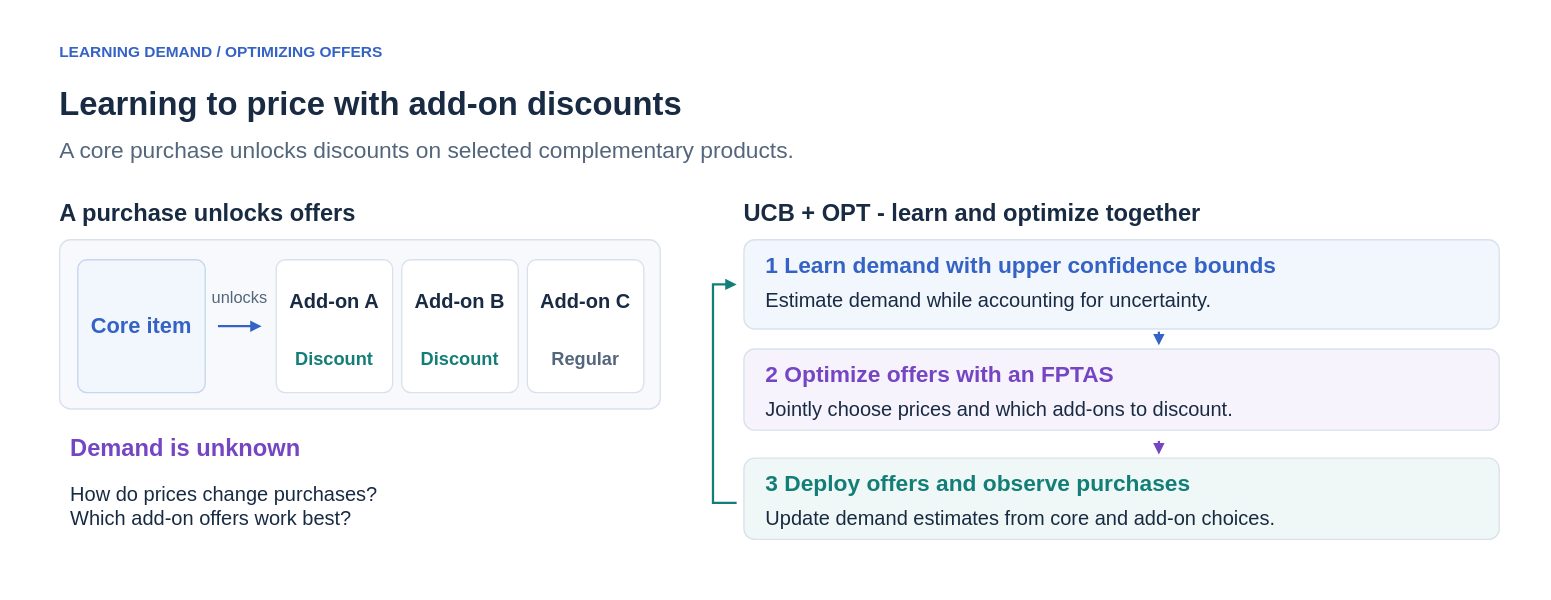
Above: diagrams/research/add-on-wide.drawio in ruisun33/ruisun33.github.io (draw.io), before the change. Source tidied: cells renumbered, new cells numbered last; positions are measured from the earlier drawing's top-left corner, leaving out a move shared by most shapes. Both pictures are drawn from the tidied source at 91%, with x=0, y=0 at pixel (15, 15).
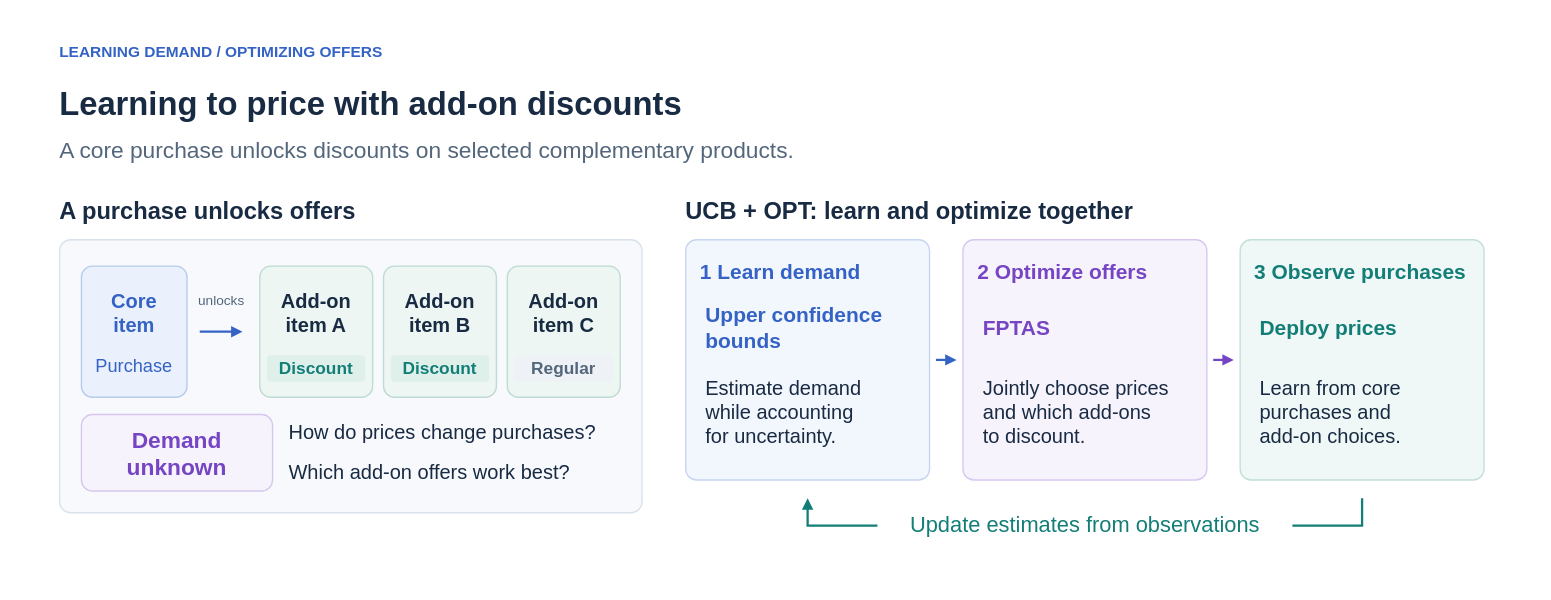
Above is the later version.

What changed in the source:
```diff
@@
     <mxCell id="5" value="A core purchase unlocks discounts on selected complementary products." style="text;html=0;whiteSpace=wrap;overflow=hidden;align=left;verticalAlign=middle;spacing=0;fontFamily=Arial;fontSize=25;fontColor=#53667B;fontStyle=0;strokeColor=none;fillColor=none;" parent="1" vertex="1">
-      <mxGeometry x="48" y="131" width="1582" height="32" as="geometry" />
+      <mxGeometry x="48" y="130.5" width="1582" height="33" as="geometry" />
     </mxCell>
-    <mxCell id="6" style="rounded=1;absoluteArcSize=1;arcSize=24;whiteSpace=wrap;html=0;fillColor=#F7F9FC;strokeColor=#D9E2EC;strokeWidth=1.5;dashed=0;" parent="1" vertex="1">
-      <mxGeometry x="48" y="246" width="660" height="186" as="geometry" />
-    </mxCell>
     <mxCell id="7" value="A purchase unlocks offers" style="text;html=0;whiteSpace=wrap;overflow=hidden;align=left;verticalAlign=middle;spacing=0;fontFamily=Arial;fontSize=26;fontColor=#182B43;fontStyle=1;strokeColor=none;fillColor=none;" parent="1" vertex="1">
-      <mxGeometry x="48" y="200" width="660" height="34" as="geometry" />
+      <mxGeometry x="48" y="196" width="640" height="38" as="geometry" />
     </mxCell>
-    <mxCell id="8" style="rounded=1;absoluteArcSize=1;arcSize=20;whiteSpace=wrap;html=0;fillColor=#F2F6FD;strokeColor=#C6D5F0;strokeWidth=1.5;dashed=0;" parent="1" vertex="1">
-      <mxGeometry x="68" y="268" width="140" height="146" as="geometry" />
-    </mxCell>
+    <mxCell id="36" value="UCB + OPT: learn and optimize together" style="text;html=0;whiteSpace=wrap;overflow=hidden;align=left;verticalAlign=middle;spacing=0;fontFamily=Arial;fontSize=26;fontColor=#182B43;fontStyle=1;strokeColor=none;fillColor=none;" parent="1" vertex="1">
+      <mxGeometry x="736" y="196" width="886" height="38" as="geometry" />
+    </mxCell>
+    <mxCell id="37" style="rounded=1;absoluteArcSize=1;arcSize=24;whiteSpace=wrap;html=0;fillColor=#F7F9FC;strokeColor=#D9E2EC;strokeWidth=1.5;" parent="1" vertex="1">
+      <mxGeometry x="48" y="246" width="640" height="300" as="geometry" />
+    </mxCell>
+    <mxCell id="38" style="rounded=1;absoluteArcSize=1;arcSize=24;whiteSpace=wrap;html=0;fillColor=#EAF1FC;strokeColor=#B7CBEC;strokeWidth=1.5;" parent="1" vertex="1">
+      <mxGeometry x="72" y="275" width="116" height="144" as="geometry" />
+    </mxCell>
-    <mxCell id="9" value="Core item" style="text;html=0;whiteSpace=wrap;overflow=hidden;align=center;verticalAlign=middle;spacing=0;fontFamily=Arial;fontSize=24;fontColor=#3563C5;fontStyle=1;strokeColor=none;fillColor=none;" parent="1" vertex="1">
-      <mxGeometry x="68" y="268" width="140" height="146" as="geometry" />
+    <mxCell id="9" value="Core&#10;item" style="text;html=0;whiteSpace=wrap;overflow=hidden;align=center;verticalAlign=middle;spacing=0;fontFamily=Arial;fontSize=22;fontColor=#3563C5;fontStyle=1;strokeColor=none;fillColor=none;" parent="1" vertex="1">
+      <mxGeometry x="72" y="294" width="116" height="66" as="geometry" />
     </mxCell>
-    <mxCell id="10" style="edgeStyle=none;rounded=0;html=0;endArrow=block;endFill=1;strokeColor=#3563C5;strokeWidth=2.5;dashed=0;" parent="1" edge="1">
-      <mxGeometry relative="1" as="geometry">
-        <mxPoint x="222" y="341" as="sourcePoint" />
-        <mxPoint x="270" y="341" as="targetPoint" />
-      </mxGeometry>
-    </mxCell>
+    <mxCell id="39" value="Purchase" style="text;html=0;whiteSpace=wrap;overflow=hidden;align=center;verticalAlign=middle;spacing=0;fontFamily=Arial;fontSize=20;fontColor=#3563C5;fontStyle=0;strokeColor=none;fillColor=none;" parent="1" vertex="1">
+      <mxGeometry x="72" y="369" width="116" height="29" as="geometry" />
+    </mxCell>
+    <mxCell id="40" style="edgeStyle=none;rounded=0;html=0;endArrow=block;endFill=1;strokeColor=#3563C5;strokeWidth=2.5;" parent="1" edge="1">
+      <mxGeometry relative="1" as="geometry">
+        <mxPoint x="202" y="347" as="sourcePoint" />
+        <mxPoint x="249" y="347" as="targetPoint" />
+      </mxGeometry>
+    </mxCell>
-    <mxCell id="11" value="unlocks" style="text;html=0;whiteSpace=wrap;overflow=hidden;align=center;verticalAlign=middle;spacing=0;fontFamily=Arial;fontSize=18;fontColor=#53667B;fontStyle=0;strokeColor=none;fillColor=none;" parent="1" vertex="1">
-      <mxGeometry x="211" y="297" width="70" height="26" as="geometry" />
+    <mxCell id="11" value="unlocks" style="text;html=0;whiteSpace=wrap;overflow=hidden;align=center;verticalAlign=middle;spacing=0;fontFamily=Arial;fontSize=15;fontColor=#53667B;fontStyle=0;strokeColor=none;fillColor=none;" parent="1" vertex="1">
+      <mxGeometry x="198" y="300" width="56" height="24" as="geometry" />
     </mxCell>
-    <mxCell id="12" style="rounded=1;absoluteArcSize=1;arcSize=20;whiteSpace=wrap;html=0;fillColor=#FFFFFF;strokeColor=#D9E2EC;strokeWidth=1.5;dashed=0;" parent="1" vertex="1">
-      <mxGeometry x="286" y="268" width="128" height="146" as="geometry" />
-    </mxCell>
-    <mxCell id="13" value="Add-on A" style="text;html=0;whiteSpace=wrap;overflow=hidden;align=center;verticalAlign=middle;spacing=0;fontFamily=Arial;fontSize=22;fontColor=#182B43;fontStyle=1;strokeColor=none;fillColor=none;" parent="1" vertex="1">
-      <mxGeometry x="286" y="297" width="128" height="33" as="geometry" />
-    </mxCell>
-    <mxCell id="14" value="Discount" style="text;html=0;whiteSpace=wrap;overflow=hidden;align=center;verticalAlign=middle;spacing=0;fontFamily=Arial;fontSize=20;fontColor=#137E77;fontStyle=1;strokeColor=none;fillColor=none;" parent="1" vertex="1">
-      <mxGeometry x="286" y="361" width="128" height="30" as="geometry" />
-    </mxCell>
-    <mxCell id="15" style="rounded=1;absoluteArcSize=1;arcSize=20;whiteSpace=wrap;html=0;fillColor=#FFFFFF;strokeColor=#D9E2EC;strokeWidth=1.5;dashed=0;" parent="1" vertex="1">
-      <mxGeometry x="424" y="268" width="128" height="146" as="geometry" />
-    </mxCell>
-    <mxCell id="16" value="Add-on B" style="text;html=0;whiteSpace=wrap;overflow=hidden;align=center;verticalAlign=middle;spacing=0;fontFamily=Arial;fontSize=22;fontColor=#182B43;fontStyle=1;strokeColor=none;fillColor=none;" parent="1" vertex="1">
-      <mxGeometry x="424" y="297" width="128" height="33" as="geometry" />
-    </mxCell>
-    <mxCell id="17" value="Discount" style="text;html=0;whiteSpace=wrap;overflow=hidden;align=center;verticalAlign=middle;spacing=0;fontFamily=Arial;fontSize=20;fontColor=#137E77;fontStyle=1;strokeColor=none;fillColor=none;" parent="1" vertex="1">
-      <mxGeometry x="424" y="361" width="128" height="30" as="geometry" />
-    </mxCell>
-    <mxCell id="18" style="rounded=1;absoluteArcSize=1;arcSize=20;whiteSpace=wrap;html=0;fillColor=#FFFFFF;strokeColor=#D9E2EC;strokeWidth=1.5;dashed=0;" parent="1" vertex="1">
-      <mxGeometry x="562" y="268" width="128" height="146" as="geometry" />
-    </mxCell>
-    <mxCell id="19" value="Add-on C" style="text;html=0;whiteSpace=wrap;overflow=hidden;align=center;verticalAlign=middle;spacing=0;fontFamily=Arial;fontSize=22;fontColor=#182B43;fontStyle=1;strokeColor=none;fillColor=none;" parent="1" vertex="1">
-      <mxGeometry x="562" y="297" width="128" height="33" as="geometry" />
-    </mxCell>
+    <mxCell id="41" style="rounded=1;absoluteArcSize=1;arcSize=24;whiteSpace=wrap;html=0;fillColor=#EDF6F3;strokeColor=#C0DBD2;strokeWidth=1.5;" parent="1" vertex="1">
+      <mxGeometry x="268" y="275" width="124" height="144" as="geometry" />
+    </mxCell>
+    <mxCell id="42" value="Add-on&#10;item A" style="text;html=0;whiteSpace=wrap;overflow=hidden;align=center;verticalAlign=middle;spacing=0;fontFamily=Arial;fontSize=22;fontColor=#182B43;fontStyle=1;strokeColor=none;fillColor=none;" parent="1" vertex="1">
+      <mxGeometry x="268" y="294" width="124" height="66" as="geometry" />
+    </mxCell>
+    <mxCell id="43" style="rounded=1;absoluteArcSize=1;arcSize=8;whiteSpace=wrap;html=0;fillColor=#DFF0EB;strokeColor=none;strokeWidth=1.5;" parent="1" vertex="1">
+      <mxGeometry x="276" y="373" width="108" height="29" as="geometry" />
+    </mxCell>
+    <mxCell id="44" value="Discount" style="text;html=0;whiteSpace=wrap;overflow=hidden;align=center;verticalAlign=middle;spacing=0;fontFamily=Arial;fontSize=19;fontColor=#137E77;fontStyle=1;strokeColor=none;fillColor=none;" parent="1" vertex="1">
+      <mxGeometry x="276" y="373" width="108" height="29" as="geometry" />
+    </mxCell>
+    <mxCell id="45" style="rounded=1;absoluteArcSize=1;arcSize=24;whiteSpace=wrap;html=0;fillColor=#EDF6F3;strokeColor=#C0DBD2;strokeWidth=1.5;" parent="1" vertex="1">
+      <mxGeometry x="404" y="275" width="124" height="144" as="geometry" />
+    </mxCell>
+    <mxCell id="46" value="Add-on&#10;item B" style="text;html=0;whiteSpace=wrap;overflow=hidden;align=center;verticalAlign=middle;spacing=0;fontFamily=Arial;fontSize=22;fontColor=#182B43;fontStyle=1;strokeColor=none;fillColor=none;" parent="1" vertex="1">
+      <mxGeometry x="404" y="294" width="124" height="66" as="geometry" />
+    </mxCell>
+    <mxCell id="47" style="rounded=1;absoluteArcSize=1;arcSize=8;whiteSpace=wrap;html=0;fillColor=#DFF0EB;strokeColor=none;strokeWidth=1.5;" parent="1" vertex="1">
+      <mxGeometry x="412" y="373" width="108" height="29" as="geometry" />
+    </mxCell>
+    <mxCell id="48" value="Discount" style="text;html=0;whiteSpace=wrap;overflow=hidden;align=center;verticalAlign=middle;spacing=0;fontFamily=Arial;fontSize=19;fontColor=#137E77;fontStyle=1;strokeColor=none;fillColor=none;" parent="1" vertex="1">
+      <mxGeometry x="412" y="373" width="108" height="29" as="geometry" />
+    </mxCell>
+    <mxCell id="49" style="rounded=1;absoluteArcSize=1;arcSize=24;whiteSpace=wrap;html=0;fillColor=#EDF6F3;strokeColor=#C0DBD2;strokeWidth=1.5;" parent="1" vertex="1">
+      <mxGeometry x="540" y="275" width="124" height="144" as="geometry" />
+    </mxCell>
+    <mxCell id="50" value="Add-on&#10;item C" style="text;html=0;whiteSpace=wrap;overflow=hidden;align=center;verticalAlign=middle;spacing=0;fontFamily=Arial;fontSize=22;fontColor=#182B43;fontStyle=1;strokeColor=none;fillColor=none;" parent="1" vertex="1">
+      <mxGeometry x="540" y="294" width="124" height="66" as="geometry" />
+    </mxCell>
+    <mxCell id="51" style="rounded=1;absoluteArcSize=1;arcSize=8;whiteSpace=wrap;html=0;fillColor=#EEF1F5;strokeColor=none;strokeWidth=1.5;" parent="1" vertex="1">
+      <mxGeometry x="548" y="373" width="108" height="29" as="geometry" />
+    </mxCell>
-    <mxCell id="20" value="Regular" style="text;html=0;whiteSpace=wrap;overflow=hidden;align=center;verticalAlign=middle;spacing=0;fontFamily=Arial;fontSize=20;fontColor=#53667B;fontStyle=1;strokeColor=none;fillColor=none;" parent="1" vertex="1">
-      <mxGeometry x="562" y="361" width="128" height="30" as="geometry" />
+    <mxCell id="20" value="Regular" style="text;html=0;whiteSpace=wrap;overflow=hidden;align=center;verticalAlign=middle;spacing=0;fontFamily=Arial;fontSize=19;fontColor=#53667B;fontStyle=1;strokeColor=none;fillColor=none;" parent="1" vertex="1">
+      <mxGeometry x="548" y="373" width="108" height="29" as="geometry" />
     </mxCell>
-    <mxCell id="21" value="UCB + OPT - learn and optimize together" style="text;html=0;whiteSpace=wrap;overflow=hidden;align=left;verticalAlign=middle;spacing=0;fontFamily=Arial;fontSize=26;fontColor=#182B43;fontStyle=1;strokeColor=none;fillColor=none;" parent="1" vertex="1">
-      <mxGeometry x="800" y="200" width="830" height="34" as="geometry" />
-    </mxCell>
-    <mxCell id="22" style="rounded=1;absoluteArcSize=1;arcSize=24;whiteSpace=wrap;html=0;fillColor=#F2F6FD;strokeColor=#D9E2EC;strokeWidth=1.5;dashed=0;" parent="1" vertex="1">
-      <mxGeometry x="800" y="246" width="830" height="98" as="geometry" />
-    </mxCell>
-    <mxCell id="23" value="1  Learn demand with upper confidence bounds" style="text;html=0;whiteSpace=wrap;overflow=hidden;align=left;verticalAlign=middle;spacing=0;fontFamily=Arial;fontSize=25;fontColor=#3563C5;fontStyle=1;strokeColor=none;fillColor=none;" parent="1" vertex="1">
-      <mxGeometry x="824" y="258" width="806" height="30" as="geometry" />
-    </mxCell>
+    <mxCell id="52" style="rounded=1;absoluteArcSize=1;arcSize=24;whiteSpace=wrap;html=0;fillColor=#F7F3FD;strokeColor=#D7C7F0;strokeWidth=1.5;" parent="1" vertex="1">
+      <mxGeometry x="72" y="438" width="210" height="84" as="geometry" />
+    </mxCell>
+    <mxCell id="53" value="Demand&#10;unknown" style="text;html=0;whiteSpace=wrap;overflow=hidden;align=center;verticalAlign=middle;spacing=0;fontFamily=Arial;fontSize=25;fontColor=#7545C3;fontStyle=1;strokeColor=none;fillColor=none;" parent="1" vertex="1">
+      <mxGeometry x="82" y="447" width="190" height="66" as="geometry" />
+    </mxCell>
+    <mxCell id="54" value="How do prices change purchases?" style="text;html=0;whiteSpace=wrap;overflow=hidden;align=left;verticalAlign=middle;spacing=0;fontFamily=Arial;fontSize=22;fontColor=#182B43;fontStyle=0;strokeColor=none;fillColor=none;" parent="1" vertex="1">
+      <mxGeometry x="300" y="442" width="364" height="32" as="geometry" />
+    </mxCell>
+    <mxCell id="55" style="rounded=1;absoluteArcSize=1;arcSize=24;whiteSpace=wrap;html=0;fillColor=#F2F6FD;strokeColor=#C6D5F0;strokeWidth=1.5;" parent="1" vertex="1">
+      <mxGeometry x="736" y="246" width="268" height="264" as="geometry" />
+    </mxCell>
+    <mxCell id="56" value="1  Learn demand" style="text;html=0;whiteSpace=wrap;overflow=hidden;align=left;verticalAlign=middle;spacing=0;fontFamily=Arial;fontSize=23;fontColor=#3563C5;fontStyle=1;strokeColor=none;fillColor=none;" parent="1" vertex="1">
+      <mxGeometry x="752" y="264" width="236" height="36" as="geometry" />
+    </mxCell>
+    <mxCell id="57" value="Upper confidence&#10;bounds" style="text;html=0;whiteSpace=wrap;overflow=hidden;align=left;verticalAlign=middle;spacing=0;fontFamily=Arial;fontSize=23;fontColor=#3563C5;fontStyle=1;strokeColor=none;fillColor=none;" parent="1" vertex="1">
+      <mxGeometry x="758" y="313" width="224" height="60.7" as="geometry" />
+    </mxCell>
-    <mxCell id="24" value="Estimate demand while accounting for uncertainty." style="text;html=0;whiteSpace=wrap;overflow=hidden;align=left;verticalAlign=middle;spacing=0;fontFamily=Arial;fontSize=22;fontColor=#182B43;fontStyle=0;strokeColor=none;fillColor=none;" parent="1" vertex="1">
-      <mxGeometry x="824" y="298" width="806" height="30" as="geometry" />
+    <mxCell id="24" value="Estimate demand&#10;while accounting&#10;for uncertainty." style="text;html=0;whiteSpace=wrap;overflow=hidden;align=left;verticalAlign=middle;spacing=0;fontFamily=Arial;fontSize=22;fontColor=#182B43;fontStyle=0;strokeColor=none;fillColor=none;" parent="1" vertex="1">
+      <mxGeometry x="758" y="392" width="224" height="87.1" as="geometry" />
     </mxCell>
-    <mxCell id="25" style="rounded=1;absoluteArcSize=1;arcSize=24;whiteSpace=wrap;html=0;fillColor=#F7F3FD;strokeColor=#D9E2EC;strokeWidth=1.5;dashed=0;" parent="1" vertex="1">
-      <mxGeometry x="800" y="366" width="830" height="89.2" as="geometry" />
-    </mxCell>
-    <mxCell id="26" value="2  Optimize offers with an FPTAS" style="text;html=0;whiteSpace=wrap;overflow=hidden;align=left;verticalAlign=middle;spacing=0;fontFamily=Arial;fontSize=25;fontColor=#7545C3;fontStyle=1;strokeColor=none;fillColor=none;" parent="1" vertex="1">
-      <mxGeometry x="824" y="378" width="806" height="30" as="geometry" />
-    </mxCell>
+    <mxCell id="58" style="edgeStyle=none;rounded=0;html=0;endArrow=block;endFill=1;strokeColor=#3563C5;strokeWidth=2.5;" parent="1" edge="1">
+      <mxGeometry relative="1" as="geometry">
+        <mxPoint x="1011" y="378" as="sourcePoint" />
+        <mxPoint x="1033.7" y="378" as="targetPoint" />
+      </mxGeometry>
+    </mxCell>
+    <mxCell id="59" style="rounded=1;absoluteArcSize=1;arcSize=24;whiteSpace=wrap;html=0;fillColor=#F7F3FD;strokeColor=#D7C7F0;strokeWidth=1.5;" parent="1" vertex="1">
+      <mxGeometry x="1040.7" y="246" width="268" height="264" as="geometry" />
+    </mxCell>
+    <mxCell id="60" value="2  Optimize offers" style="text;html=0;whiteSpace=wrap;overflow=hidden;align=left;verticalAlign=middle;spacing=0;fontFamily=Arial;fontSize=23;fontColor=#7545C3;fontStyle=1;strokeColor=none;fillColor=none;" parent="1" vertex="1">
+      <mxGeometry x="1056.7" y="264" width="236" height="36" as="geometry" />
+    </mxCell>
+    <mxCell id="61" value="FPTAS" style="text;html=0;whiteSpace=wrap;overflow=hidden;align=left;verticalAlign=middle;spacing=0;fontFamily=Arial;fontSize=23;fontColor=#7545C3;fontStyle=1;strokeColor=none;fillColor=none;" parent="1" vertex="1">
+      <mxGeometry x="1062.7" y="328.2" width="224" height="30.4" as="geometry" />
+    </mxCell>
-    <mxCell id="27" value="Jointly choose prices and which add-ons to discount." style="text;html=0;whiteSpace=wrap;overflow=hidden;align=left;verticalAlign=middle;spacing=0;fontFamily=Arial;fontSize=22;fontColor=#182B43;fontStyle=0;strokeColor=none;fillColor=none;" parent="1" vertex="1">
-      <mxGeometry x="824" y="418" width="806" height="30" as="geometry" />
+    <mxCell id="27" value="Jointly choose prices&#10;and which add-ons&#10;to discount." style="text;html=0;whiteSpace=wrap;overflow=hidden;align=left;verticalAlign=middle;spacing=0;fontFamily=Arial;fontSize=22;fontColor=#182B43;fontStyle=0;strokeColor=none;fillColor=none;" parent="1" vertex="1">
+      <mxGeometry x="1062.7" y="392" width="224" height="87.1" as="geometry" />
     </mxCell>
-    <mxCell id="28" style="rounded=1;absoluteArcSize=1;arcSize=24;whiteSpace=wrap;html=0;fillColor=#EFF8F6;strokeColor=#D9E2EC;strokeWidth=1.5;dashed=0;" parent="1" vertex="1">
-      <mxGeometry x="800" y="486" width="830" height="89.2" as="geometry" />
-    </mxCell>
-    <mxCell id="29" value="3  Deploy offers and observe purchases" style="text;html=0;whiteSpace=wrap;overflow=hidden;align=left;verticalAlign=middle;spacing=0;fontFamily=Arial;fontSize=25;fontColor=#137E77;fontStyle=1;strokeColor=none;fillColor=none;" parent="1" vertex="1">
-      <mxGeometry x="824" y="498" width="806" height="30" as="geometry" />
-    </mxCell>
-    <mxCell id="30" value="Update demand estimates from core and add-on choices." style="text;html=0;whiteSpace=wrap;overflow=hidden;align=left;verticalAlign=middle;spacing=0;fontFamily=Arial;fontSize=22;fontColor=#182B43;fontStyle=0;strokeColor=none;fillColor=none;" parent="1" vertex="1">
-      <mxGeometry x="824" y="538" width="806" height="30" as="geometry" />
-    </mxCell>
-    <mxCell id="31" style="edgeStyle=none;rounded=0;html=0;endArrow=block;endFill=1;strokeColor=#3563C5;strokeWidth=2.5;dashed=0;" parent="1" edge="1">
-      <mxGeometry relative="1" as="geometry">
-        <mxPoint x="1256" y="347" as="sourcePoint" />
-        <mxPoint x="1256" y="362" as="targetPoint" />
-      </mxGeometry>
-    </mxCell>
-    <mxCell id="32" style="edgeStyle=none;rounded=0;html=0;endArrow=block;endFill=1;strokeColor=#7545C3;strokeWidth=2.5;dashed=0;" parent="1" edge="1">
-      <mxGeometry relative="1" as="geometry">
-        <mxPoint x="1256" y="467" as="sourcePoint" />
-        <mxPoint x="1256" y="482" as="targetPoint" />
-      </mxGeometry>
-    </mxCell>
-    <mxCell id="33" style="edgeStyle=none;rounded=0;html=0;endArrow=block;endFill=1;strokeColor=#137E77;strokeWidth=2.5;dashed=0;" parent="1" edge="1">
-      <mxGeometry relative="1" as="geometry">
-        <mxPoint x="792" y="535" as="sourcePoint" />
-        <mxPoint x="792" y="295" as="targetPoint" />
-        <Array as="points">
-          <mxPoint x="766" y="535" />
-          <mxPoint x="766" y="295" />
-        </Array>
-      </mxGeometry>
-    </mxCell>
-    <mxCell id="34" value="Demand is unknown" style="text;html=0;whiteSpace=wrap;overflow=hidden;align=left;verticalAlign=middle;spacing=0;fontFamily=Arial;fontSize=26;fontColor=#7545C3;fontStyle=1;strokeColor=none;fillColor=none;" parent="1" vertex="1">
-      <mxGeometry x="60" y="458" width="632" height="34" as="geometry" />
-    </mxCell>
-    <mxCell id="35" value="How do prices change purchases?&#10;Which add-on offers work best?" style="text;html=0;whiteSpace=wrap;overflow=hidden;align=left;verticalAlign=middle;spacing=0;fontFamily=Arial;fontSize=22;fontColor=#182B43;fontStyle=0;strokeColor=none;fillColor=none;" parent="1" vertex="1">
-      <mxGeometry x="60" y="507" width="632" height="64" as="geometry" />
-    </mxCell>
+    <mxCell id="62" style="edgeStyle=none;rounded=0;html=0;endArrow=block;endFill=1;strokeColor=#7545C3;strokeWidth=2.5;" parent="1" edge="1">
+      <mxGeometry relative="1" as="geometry">
+        <mxPoint x="1315.7" y="378" as="sourcePoint" />
+        <mxPoint x="1338.3" y="378" as="targetPoint" />
+      </mxGeometry>
+    </mxCell>
+    <mxCell id="63" style="rounded=1;absoluteArcSize=1;arcSize=24;whiteSpace=wrap;html=0;fillColor=#EFF8F6;strokeColor=#C2DFD8;strokeWidth=1.5;" parent="1" vertex="1">
+      <mxGeometry x="1345.3" y="246" width="268" height="264" as="geometry" />
+    </mxCell>
+    <mxCell id="64" value="3  Observe purchases" style="text;html=0;whiteSpace=wrap;overflow=hidden;align=left;verticalAlign=middle;spacing=0;fontFamily=Arial;fontSize=23;fontColor=#137E77;fontStyle=1;strokeColor=none;fillColor=none;" parent="1" vertex="1">
+      <mxGeometry x="1361.3" y="264" width="236" height="36" as="geometry" />
+    </mxCell>
+    <mxCell id="65" value="Deploy prices" style="text;html=0;whiteSpace=wrap;overflow=hidden;align=left;verticalAlign=middle;spacing=0;fontFamily=Arial;fontSize=23;fontColor=#137E77;fontStyle=1;strokeColor=none;fillColor=none;" parent="1" vertex="1">
+      <mxGeometry x="1367.3" y="328.2" width="224" height="30.4" as="geometry" />
+    </mxCell>
+    <mxCell id="66" value="Learn from core&#10;purchases and&#10;add-on choices." style="text;html=0;whiteSpace=wrap;overflow=hidden;align=left;verticalAlign=middle;spacing=0;fontFamily=Arial;fontSize=22;fontColor=#182B43;fontStyle=0;strokeColor=none;fillColor=none;" parent="1" vertex="1">
+      <mxGeometry x="1367.3" y="392" width="224" height="87.1" as="geometry" />
+    </mxCell>
+    <mxCell id="67" style="edgeStyle=none;rounded=0;html=0;endArrow=block;endFill=1;strokeColor=#137E77;strokeWidth=2.5;" parent="1" edge="1">
+      <mxGeometry relative="1" as="geometry">
+        <mxPoint x="1479.3" y="530" as="sourcePoint" />
+        <mxPoint x="870" y="530" as="targetPoint" />
+        <Array as="points">
+          <mxPoint x="1479.3" y="560" />
+          <mxPoint x="870" y="560" />
+        </Array>
+      </mxGeometry>
+    </mxCell>
+    <mxCell id="68" style="rounded=1;absoluteArcSize=1;arcSize=0;whiteSpace=wrap;html=0;fillColor=#FFFFFF;strokeColor=none;strokeWidth=1.5;" parent="1" vertex="1">
+      <mxGeometry x="946.7" y="542" width="456" height="36" as="geometry" />
+    </mxCell>
+    <mxCell id="69" value="Update estimates from observations" style="text;html=0;whiteSpace=wrap;overflow=hidden;align=center;verticalAlign=middle;spacing=0;fontFamily=Arial;fontSize=24;fontColor=#137E77;fontStyle=0;strokeColor=none;fillColor=none;" parent="1" vertex="1">
+      <mxGeometry x="946.7" y="542" width="456" height="36" as="geometry" />
+    </mxCell>
+    <mxCell id="70" value="Which add-on offers work best?" style="text;html=0;whiteSpace=wrap;overflow=hidden;align=left;verticalAlign=middle;spacing=0;fontFamily=Arial;fontSize=22;fontColor=#182B43;fontStyle=0;strokeColor=none;fillColor=none;" parent="1" vertex="1">
+      <mxGeometry x="300" y="486" width="364" height="32" as="geometry" />
+    </mxCell>
```
